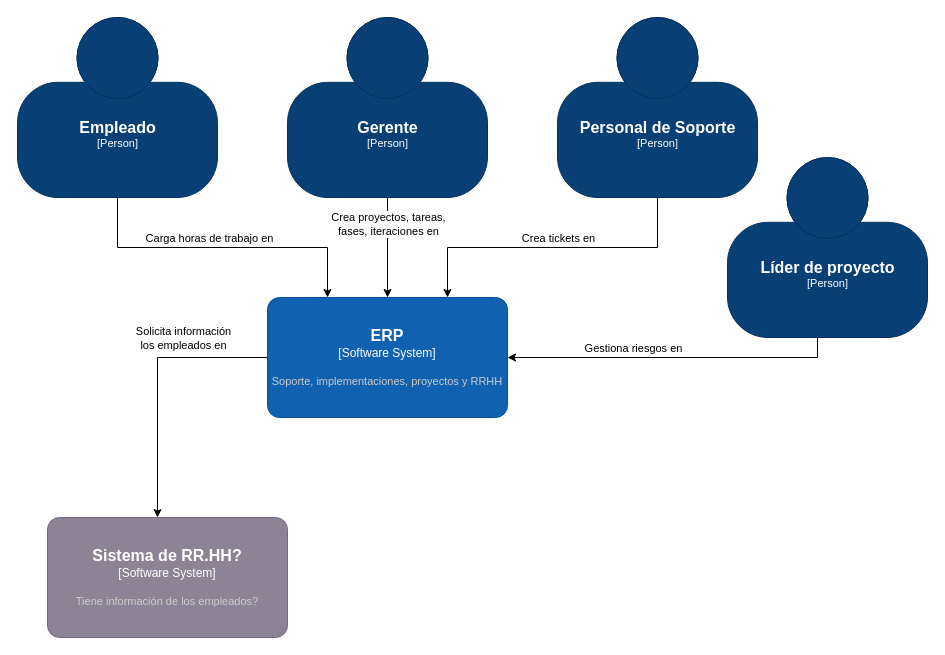
This is page "Nivel I" (1 of 4) of AnInfo Grupo 2/squad_2_2022_1c/Modelos de dominio y Arquitectura/C4.drawio from NicolasEzequielZulaicaRivera/FIUBS_ANINFO, a draw.io file, before an edit. Source tidied: cells renumbered, new cells numbered last; positions are measured from the earlier drawing's top-left corner, leaving out a move shared by most shapes. Both pictures are drawn from the tidied source at 100%, with x=0, y=0 at pixel (17, 17).
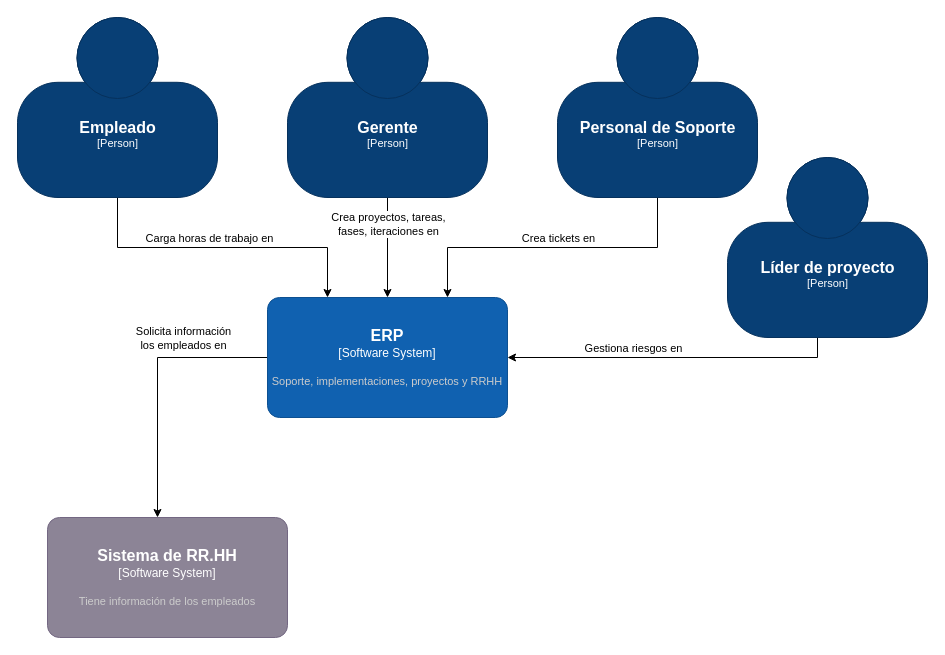
The same page after the edit.

Diff of the diagram source:
```diff
@@
-    <object id="14" label="&lt;font style=&quot;font-size: 16px&quot;&gt;&lt;b&gt;%c4Name%&lt;/b&gt;&lt;/font&gt;&lt;div&gt;[%c4Type%]&lt;/div&gt;&lt;br&gt;&lt;div&gt;&lt;font style=&quot;font-size: 11px&quot;&gt;&lt;font color=&quot;#cccccc&quot;&gt;%c4Description%&lt;/font&gt;&lt;/div&gt;" c4Description="Tiene información de los empleados?" c4Name="Sistema de RR.HH?" c4Type="Software System" placeholders="1">
+    <object id="14" label="&lt;font style=&quot;font-size: 16px&quot;&gt;&lt;b&gt;%c4Name%&lt;/b&gt;&lt;/font&gt;&lt;div&gt;[%c4Type%]&lt;/div&gt;&lt;br&gt;&lt;div&gt;&lt;font style=&quot;font-size: 11px&quot;&gt;&lt;font color=&quot;#cccccc&quot;&gt;%c4Description%&lt;/font&gt;&lt;/div&gt;" c4Description="Tiene información de los empleados" c4Name="Sistema de RR.HH" c4Type="Software System" placeholders="1">
       <mxCell style="rounded=1;whiteSpace=wrap;html=1;labelBackgroundColor=none;fillColor=#8C8496;fontColor=#ffffff;align=center;arcSize=10;strokeColor=#736782;points=[[0.25,0,0],[0.5,0,0],[0.75,0,0],[1,0.25,0],[1,0.5,0],[1,0.75,0],[0.75,1,0],[0.5,1,0],[0.25,1,0],[0,0.75,0],[0,0.5,0],[0,0.25,0]];" parent="1" vertex="1">
         <mxGeometry x="30" y="500" width="240" height="120" as="geometry" />
       </mxCell>
     </object>
```
